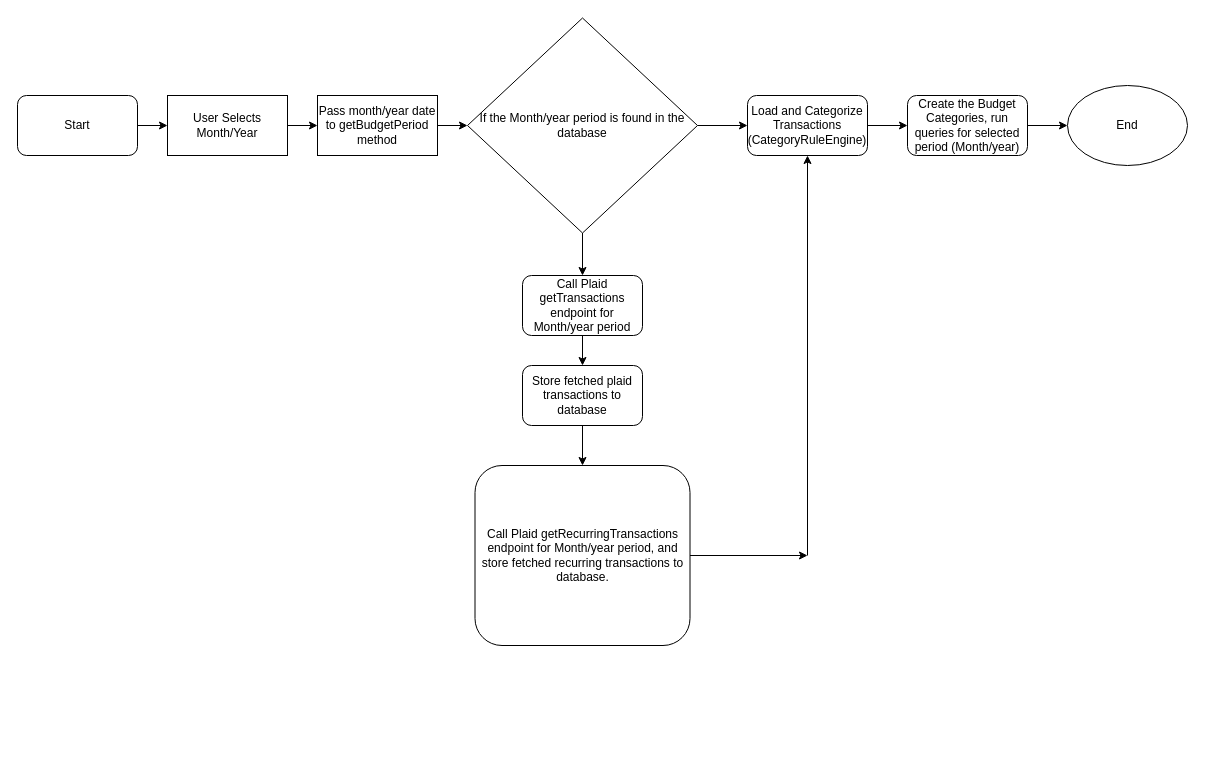
This is src/main/Budget Page Process.drawio from AKing982/BudgetBuddy, a draw.io file, before an edit. Source tidied: cells renumbered, new cells numbered last; positions are measured from the earlier drawing's top-left corner, leaving out a move shared by most shapes. Both pictures are drawn from the tidied source at 100%, with x=0, y=0 at pixel (17, 17).
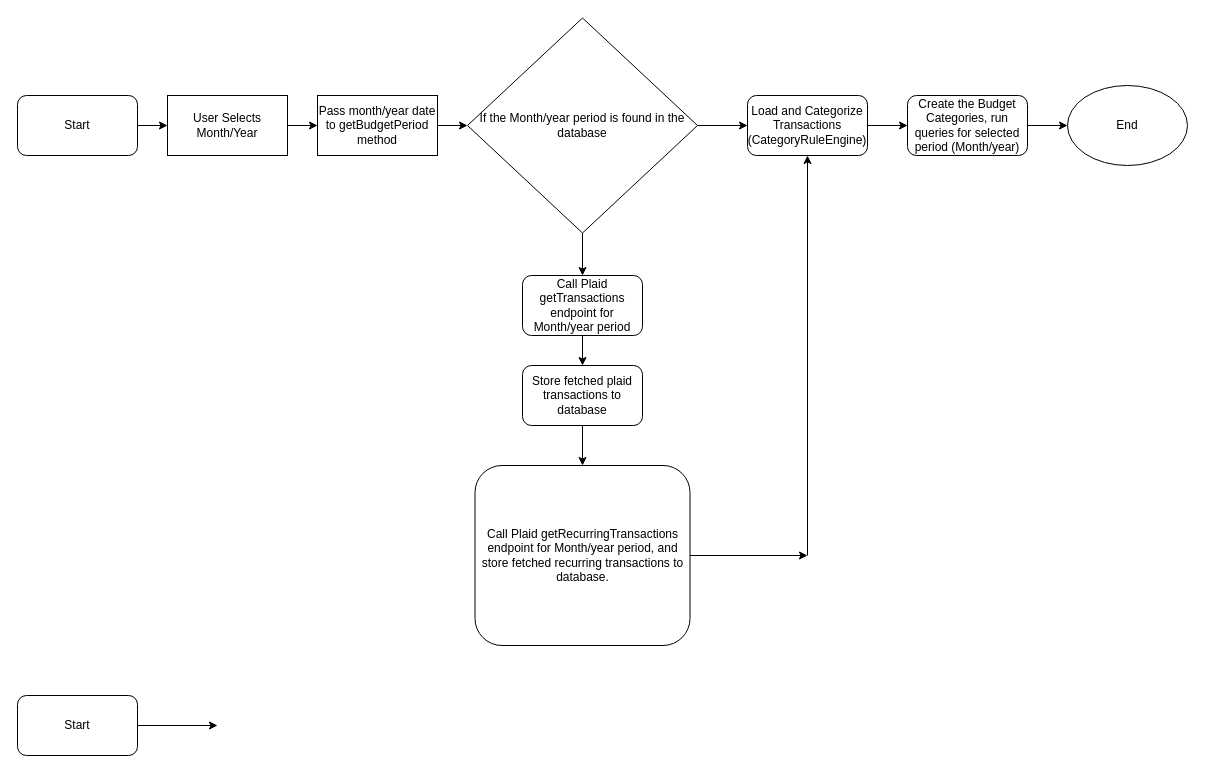
The same diagram, later.

The edit, as a diff of the source:
```diff
@@
+    <mxCell id="23" value="Start" style="rounded=1;whiteSpace=wrap;html=1;" parent="1" vertex="1">
+      <mxGeometry y="678" width="120" height="60" as="geometry" />
+    </mxCell>
+    <mxCell id="24" style="endArrow=classic;html=1;rounded=0;exitX=1;exitY=0.5;exitDx=0;exitDy=0;" parent="1" edge="1" source="23">
+      <mxGeometry relative="1" as="geometry">
+        <mxPoint x="200" y="708" as="targetPoint" />
+      </mxGeometry>
+    </mxCell>
```
